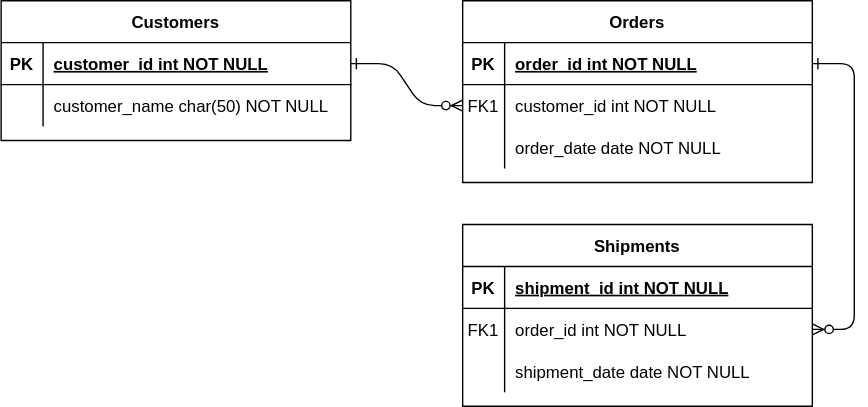
Above: document/project-board-erd.svg in JongRE2/project-board (draw.io), before the change. Source tidied: cells renumbered, new cells last; positions are measured from the earlier drawing's top-left corner, leaving out a move shared by most shapes.
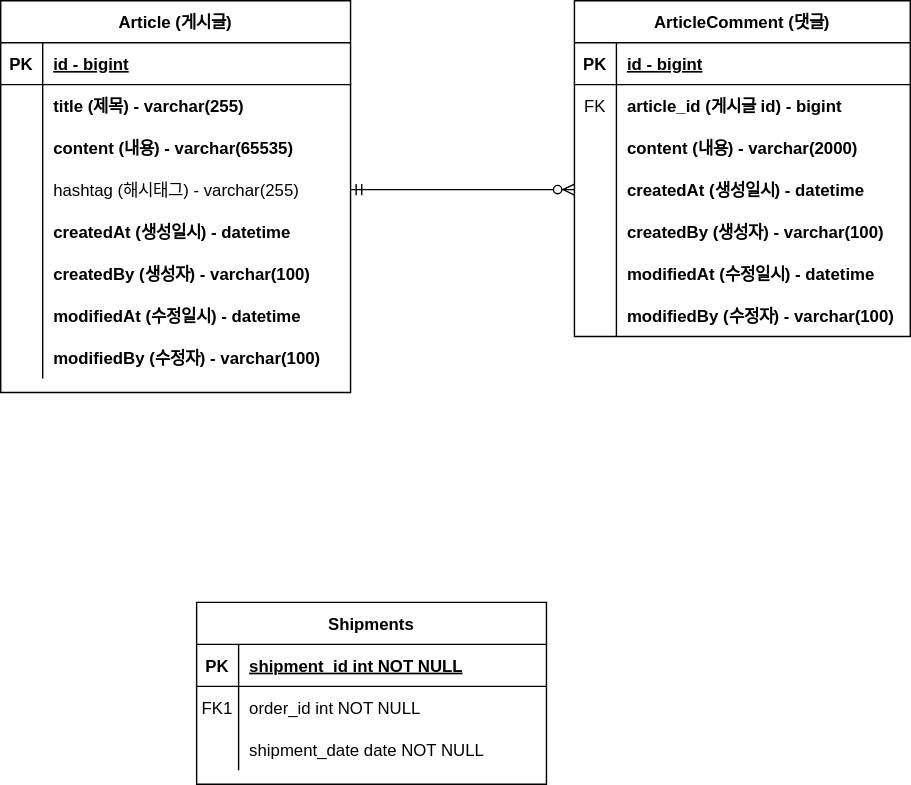
After the change.

What changed in the source:
```diff
@@ -2,44 +2,74 @@
   <root>
     <mxCell id="0" />
     <mxCell id="1" parent="0" />
-    <mxCell id="2" style="edgeStyle=entityRelationEdgeStyle;endArrow=ERzeroToMany;startArrow=ERone;endFill=1;startFill=0;" parent="1" edge="1" source="25" target="8">
-      <mxGeometry relative="1" as="geometry" />
-    </mxCell>
-    <mxCell id="3" style="edgeStyle=entityRelationEdgeStyle;endArrow=ERzeroToMany;startArrow=ERone;endFill=1;startFill=0;" parent="1" edge="1" source="5" target="18">
-      <mxGeometry relative="1" as="geometry" />
-    </mxCell>
-    <mxCell id="4" value="Orders" style="shape=table;startSize=30;rowLines=0;fontStyle=1;align=center;" parent="1" vertex="1">
-      <mxGeometry x="330" width="250" height="130" as="geometry" />
+    <mxCell id="4" value="ArticleComment (댓글)" style="shape=table;startSize=30;rowLines=0;fontStyle=1;align=center;" parent="1" vertex="1">
+      <mxGeometry x="410" width="240" height="240" as="geometry" />
     </mxCell>
     <mxCell id="5" style="shape=partialRectangle;fillColor=none;points=[[0,0.5],[1,0.5]];portConstraint=eastwest;top=0;left=0;right=0;bottom=1;" parent="4" vertex="1">
-      <mxGeometry y="30" width="250" height="30" as="geometry" />
+      <mxGeometry y="30" width="240" height="30" as="geometry" />
     </mxCell>
     <mxCell id="6" value="PK" style="shape=partialRectangle;overflow=hidden;fillColor=none;top=0;left=0;bottom=0;right=0;fontStyle=1;" parent="5" vertex="1">
       <mxGeometry width="30" height="30" as="geometry" />
     </mxCell>
-    <mxCell id="7" value="order_id int NOT NULL " style="shape=partialRectangle;overflow=hidden;fillColor=none;top=0;left=0;bottom=0;right=0;align=left;spacingLeft=6;fontStyle=5;" parent="5" vertex="1">
-      <mxGeometry x="30" width="220" height="30" as="geometry" />
+    <mxCell id="7" value="id - bigint" style="shape=partialRectangle;overflow=hidden;fillColor=none;top=0;left=0;bottom=0;right=0;align=left;spacingLeft=6;fontStyle=5;" parent="5" vertex="1">
+      <mxGeometry x="30" width="210" height="30" as="geometry" />
     </mxCell>
     <mxCell id="8" style="shape=partialRectangle;fillColor=none;points=[[0,0.5],[1,0.5]];portConstraint=eastwest;top=0;left=0;right=0;bottom=0;" parent="4" vertex="1">
-      <mxGeometry y="60" width="250" height="30" as="geometry" />
+      <mxGeometry y="60" width="240" height="30" as="geometry" />
     </mxCell>
-    <mxCell id="9" value="FK1" style="shape=partialRectangle;overflow=hidden;fillColor=none;top=0;left=0;bottom=0;right=0;" parent="8" vertex="1">
+    <mxCell id="9" value="FK" style="shape=partialRectangle;overflow=hidden;fillColor=none;top=0;left=0;bottom=0;right=0;" parent="8" vertex="1">
       <mxGeometry width="30" height="30" as="geometry" />
     </mxCell>
-    <mxCell id="10" value="customer_id int NOT NULL" style="shape=partialRectangle;overflow=hidden;fillColor=none;top=0;left=0;bottom=0;right=0;align=left;spacingLeft=6;" parent="8" vertex="1">
-      <mxGeometry x="30" width="220" height="30" as="geometry" />
+    <mxCell id="10" value="article_id (게시글 id) - bigint" style="shape=partialRectangle;overflow=hidden;fillColor=none;top=0;left=0;bottom=0;right=0;align=left;spacingLeft=6;fontStyle=1;" parent="8" vertex="1">
+      <mxGeometry x="30" width="210" height="30" as="geometry" />
     </mxCell>
     <mxCell id="11" style="shape=partialRectangle;fillColor=none;top=0;left=0;right=0;bottom=0;" parent="4" vertex="1">
-      <mxGeometry y="90" width="250" height="30" as="geometry" />
+      <mxGeometry y="90" width="240" height="30" as="geometry" />
     </mxCell>
     <mxCell id="12" style="shape=partialRectangle;overflow=hidden;fillColor=none;top=0;left=0;bottom=0;right=0;" parent="11" vertex="1">
       <mxGeometry width="30" height="30" as="geometry" />
     </mxCell>
-    <mxCell id="13" value="order_date date NOT NULL" style="shape=partialRectangle;overflow=hidden;fillColor=none;top=0;left=0;bottom=0;right=0;align=left;spacingLeft=6;" parent="11" vertex="1">
-      <mxGeometry x="30" width="220" height="30" as="geometry" />
+    <mxCell id="13" value="content (내용) - varchar(2000)" style="shape=partialRectangle;overflow=hidden;fillColor=none;top=0;left=0;bottom=0;right=0;align=left;spacingLeft=6;fontStyle=1;" parent="11" vertex="1">
+      <mxGeometry x="30" width="210" height="30" as="geometry" />
     </mxCell>
+    <mxCell id="31" style="shape=partialRectangle;fillColor=none;points=[[0,0.5],[1,0.5]];portConstraint=eastwest;top=0;left=0;right=0;bottom=0;" parent="4" vertex="1">
+      <mxGeometry y="120" width="240" height="30" as="geometry" />
+    </mxCell>
+    <mxCell id="32" style="shape=partialRectangle;overflow=hidden;fillColor=none;top=0;left=0;bottom=0;right=0;" parent="31" vertex="1">
+      <mxGeometry width="30" height="30" as="geometry" />
+    </mxCell>
+    <mxCell id="33" value="createdAt (생성일시) - datetime" style="shape=partialRectangle;overflow=hidden;fillColor=none;top=0;left=0;bottom=0;right=0;align=left;spacingLeft=6;fontStyle=1;" parent="31" vertex="1">
+      <mxGeometry x="30" width="210" height="30" as="geometry" />
+    </mxCell>
+    <mxCell id="34" style="shape=partialRectangle;fillColor=none;top=0;left=0;right=0;bottom=0;" parent="4" vertex="1">
+      <mxGeometry y="150" width="240" height="30" as="geometry" />
+    </mxCell>
+    <mxCell id="35" style="shape=partialRectangle;overflow=hidden;fillColor=none;top=0;left=0;bottom=0;right=0;" parent="34" vertex="1">
+      <mxGeometry width="30" height="30" as="geometry" />
+    </mxCell>
+    <mxCell id="36" value="createdBy (생성자) - varchar(100)" style="shape=partialRectangle;overflow=hidden;fillColor=none;top=0;left=0;bottom=0;right=0;align=left;spacingLeft=6;fontStyle=1;" parent="34" vertex="1">
+      <mxGeometry x="30" width="210" height="30" as="geometry" />
+    </mxCell>
+    <mxCell id="37" style="shape=partialRectangle;fillColor=none;top=0;left=0;right=0;bottom=0;" parent="4" vertex="1">
+      <mxGeometry y="180" width="240" height="30" as="geometry" />
+    </mxCell>
+    <mxCell id="38" style="shape=partialRectangle;overflow=hidden;fillColor=none;top=0;left=0;bottom=0;right=0;" parent="37" vertex="1">
+      <mxGeometry width="30" height="30" as="geometry" />
+    </mxCell>
+    <mxCell id="39" value="modifiedAt (수정일시) - datetime" style="shape=partialRectangle;overflow=hidden;fillColor=none;top=0;left=0;bottom=0;right=0;align=left;spacingLeft=6;fontStyle=1;" parent="37" vertex="1">
+      <mxGeometry x="30" width="210" height="30" as="geometry" />
+    </mxCell>
+    <mxCell id="40" style="shape=partialRectangle;fillColor=none;top=0;left=0;right=0;bottom=0;" parent="4" vertex="1">
+      <mxGeometry y="210" width="240" height="30" as="geometry" />
+    </mxCell>
+    <mxCell id="41" style="shape=partialRectangle;overflow=hidden;fillColor=none;top=0;left=0;bottom=0;right=0;" parent="40" vertex="1">
+      <mxGeometry width="30" height="30" as="geometry" />
+    </mxCell>
+    <mxCell id="42" value="modifiedBy (수정자) - varchar(100)" style="shape=partialRectangle;overflow=hidden;fillColor=none;top=0;left=0;bottom=0;right=0;align=left;spacingLeft=6;fontStyle=1;" parent="40" vertex="1">
+      <mxGeometry x="30" width="210" height="30" as="geometry" />
+    </mxCell>
     <mxCell id="14" value="Shipments" style="shape=table;startSize=30;rowLines=0;fontStyle=1;align=center;" parent="1" vertex="1">
-      <mxGeometry x="330" y="160" width="250" height="130" as="geometry" />
+      <mxGeometry x="140" y="430" width="250" height="130" as="geometry" />
     </mxCell>
     <mxCell id="15" style="shape=partialRectangle;fillColor=none;top=0;left=0;right=0;bottom=1;" parent="14" vertex="1">
       <mxGeometry y="30" width="250" height="30" as="geometry" />
@@ -68,8 +98,8 @@
     <mxCell id="23" value="shipment_date date NOT NULL" style="shape=partialRectangle;overflow=hidden;fillColor=none;top=0;left=0;bottom=0;right=0;align=left;spacingLeft=6;" parent="21" vertex="1">
       <mxGeometry x="30" width="220" height="30" as="geometry" />
     </mxCell>
-    <mxCell id="24" value="Customers" style="shape=table;startSize=30;rowLines=0;fontStyle=1;align=center;" parent="1" vertex="1">
-      <mxGeometry width="250" height="100" as="geometry" />
+    <mxCell id="24" value="Article (게시글)" style="shape=table;startSize=30;rowLines=0;fontStyle=1;align=center;" parent="1" vertex="1">
+      <mxGeometry width="250" height="280" as="geometry" />
     </mxCell>
     <mxCell id="25" style="shape=partialRectangle;fillColor=none;points=[[0,0.5],[1,0.5]];portConstraint=eastwest;top=0;left=0;right=0;bottom=1;" parent="24" vertex="1">
       <mxGeometry y="30" width="250" height="30" as="geometry" />
@@ -77,7 +107,7 @@
     <mxCell id="26" value="PK" style="shape=partialRectangle;overflow=hidden;fillColor=none;top=0;left=0;bottom=0;right=0;fontStyle=1;" parent="25" vertex="1">
       <mxGeometry width="30" height="30" as="geometry" />
     </mxCell>
-    <mxCell id="27" value="customer_id int NOT NULL " style="shape=partialRectangle;overflow=hidden;fillColor=none;top=0;left=0;bottom=0;right=0;align=left;spacingLeft=6;fontStyle=5;" parent="25" vertex="1">
+    <mxCell id="27" value="id - bigint" style="shape=partialRectangle;overflow=hidden;fillColor=none;top=0;left=0;bottom=0;right=0;align=left;spacingLeft=6;fontStyle=5;" parent="25" vertex="1">
       <mxGeometry x="30" width="220" height="30" as="geometry" />
     </mxCell>
     <mxCell id="28" style="shape=partialRectangle;fillColor=none;top=0;left=0;right=0;bottom=0;" parent="24" vertex="1">
@@ -86,8 +116,65 @@
     <mxCell id="29" style="shape=partialRectangle;overflow=hidden;fillColor=none;top=0;left=0;bottom=0;right=0;" parent="28" vertex="1">
       <mxGeometry width="30" height="30" as="geometry" />
     </mxCell>
-    <mxCell id="30" value="customer_name char(50) NOT NULL" style="shape=partialRectangle;overflow=hidden;fillColor=none;top=0;left=0;bottom=0;right=0;align=left;spacingLeft=6;" parent="28" vertex="1">
+    <mxCell id="30" value="title (제목) - varchar(255)" style="shape=partialRectangle;overflow=hidden;fillColor=none;top=0;left=0;bottom=0;right=0;align=left;spacingLeft=6;fontStyle=1;" parent="28" vertex="1">
       <mxGeometry x="30" width="220" height="30" as="geometry" />
     </mxCell>
+    <mxCell id="43" style="shape=partialRectangle;fillColor=none;top=0;left=0;right=0;bottom=0;" parent="24" vertex="1">
+      <mxGeometry y="90" width="250" height="30" as="geometry" />
+    </mxCell>
+    <mxCell id="44" style="shape=partialRectangle;overflow=hidden;fillColor=none;top=0;left=0;bottom=0;right=0;" parent="43" vertex="1">
+      <mxGeometry width="30" height="30" as="geometry" />
+    </mxCell>
+    <mxCell id="45" value="content (내용) - varchar(65535)" style="shape=partialRectangle;overflow=hidden;fillColor=none;top=0;left=0;bottom=0;right=0;align=left;spacingLeft=6;fontStyle=1;" parent="43" vertex="1">
+      <mxGeometry x="30" width="220" height="30" as="geometry" />
+    </mxCell>
+    <mxCell id="46" style="shape=partialRectangle;fillColor=none;points=[[0,0.5],[1,0.5]];portConstraint=eastwest;top=0;left=0;right=0;bottom=0;" parent="24" vertex="1">
+      <mxGeometry y="120" width="250" height="30" as="geometry" />
+    </mxCell>
+    <mxCell id="47" style="shape=partialRectangle;overflow=hidden;fillColor=none;top=0;left=0;bottom=0;right=0;" parent="46" vertex="1">
+      <mxGeometry width="30" height="30" as="geometry" />
+    </mxCell>
+    <mxCell id="48" value="hashtag (해시태그) - varchar(255)" style="shape=partialRectangle;overflow=hidden;fillColor=none;top=0;left=0;bottom=0;right=0;align=left;spacingLeft=6;" parent="46" vertex="1">
+      <mxGeometry x="30" width="220" height="30" as="geometry" />
+    </mxCell>
+    <mxCell id="49" style="shape=partialRectangle;fillColor=none;top=0;left=0;right=0;bottom=0;" parent="24" vertex="1">
+      <mxGeometry y="150" width="250" height="30" as="geometry" />
+    </mxCell>
+    <mxCell id="50" style="shape=partialRectangle;overflow=hidden;fillColor=none;top=0;left=0;bottom=0;right=0;" parent="49" vertex="1">
+      <mxGeometry width="30" height="30" as="geometry" />
+    </mxCell>
+    <mxCell id="51" value="createdAt (생성일시) - datetime" style="shape=partialRectangle;overflow=hidden;fillColor=none;top=0;left=0;bottom=0;right=0;align=left;spacingLeft=6;fontStyle=1;" parent="49" vertex="1">
+      <mxGeometry x="30" width="220" height="30" as="geometry" />
+    </mxCell>
+    <mxCell id="52" style="shape=partialRectangle;fillColor=none;top=0;left=0;right=0;bottom=0;" parent="24" vertex="1">
+      <mxGeometry y="180" width="250" height="30" as="geometry" />
+    </mxCell>
+    <mxCell id="53" style="shape=partialRectangle;overflow=hidden;fillColor=none;top=0;left=0;bottom=0;right=0;" parent="52" vertex="1">
+      <mxGeometry width="30" height="30" as="geometry" />
+    </mxCell>
+    <mxCell id="54" value="createdBy (생성자) - varchar(100)" style="shape=partialRectangle;overflow=hidden;fillColor=none;top=0;left=0;bottom=0;right=0;align=left;spacingLeft=6;fontStyle=1;" parent="52" vertex="1">
+      <mxGeometry x="30" width="220" height="30" as="geometry" />
+    </mxCell>
+    <mxCell id="55" style="shape=partialRectangle;fillColor=none;top=0;left=0;right=0;bottom=0;" parent="24" vertex="1">
+      <mxGeometry y="210" width="250" height="30" as="geometry" />
+    </mxCell>
+    <mxCell id="56" style="shape=partialRectangle;overflow=hidden;fillColor=none;top=0;left=0;bottom=0;right=0;" parent="55" vertex="1">
+      <mxGeometry width="30" height="30" as="geometry" />
+    </mxCell>
+    <mxCell id="57" value="modifiedAt (수정일시) - datetime" style="shape=partialRectangle;overflow=hidden;fillColor=none;top=0;left=0;bottom=0;right=0;align=left;spacingLeft=6;fontStyle=1;" parent="55" vertex="1">
+      <mxGeometry x="30" width="220" height="30" as="geometry" />
+    </mxCell>
+    <mxCell id="58" style="shape=partialRectangle;fillColor=none;top=0;left=0;right=0;bottom=0;fontStyle=1;" parent="24" vertex="1">
+      <mxGeometry y="240" width="250" height="30" as="geometry" />
+    </mxCell>
+    <mxCell id="59" style="shape=partialRectangle;overflow=hidden;fillColor=none;top=0;left=0;bottom=0;right=0;" parent="58" vertex="1">
+      <mxGeometry width="30" height="30" as="geometry" />
+    </mxCell>
+    <mxCell id="60" value="modifiedBy (수정자) - varchar(100)" style="shape=partialRectangle;overflow=hidden;fillColor=none;top=0;left=0;bottom=0;right=0;align=left;spacingLeft=6;fontStyle=1;" parent="58" vertex="1">
+      <mxGeometry x="30" width="220" height="30" as="geometry" />
+    </mxCell>
+    <mxCell id="61" style="edgeStyle=entityRelationEdgeStyle;fontSize=12;html=1;endArrow=ERzeroToMany;startArrow=ERmandOne;rounded=0;exitX=1;exitY=0.5;exitDx=0;exitDy=0;entryX=0;entryY=0.5;entryDx=0;entryDy=0;" parent="1" edge="1" source="46" target="31">
+      <mxGeometry relative="1" as="geometry" />
+    </mxCell>
   </root>
 </mxGraphModel>
```
